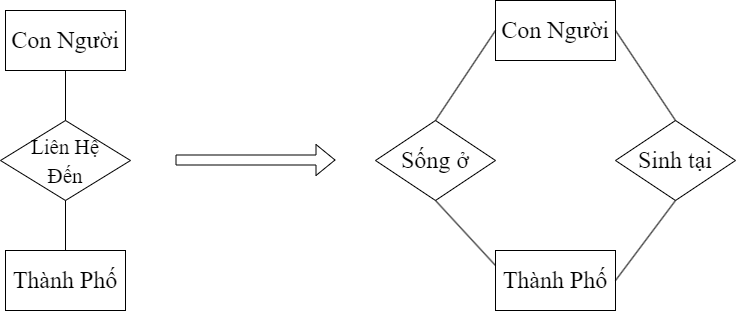
Above: Luật thứ tư(trên xuống).png in datnham0212/learning (draw.io), before the change. Source tidied: cells renumbered, new cells last; positions are measured from the earlier drawing's top-left corner, leaving out a move shared by most shapes.
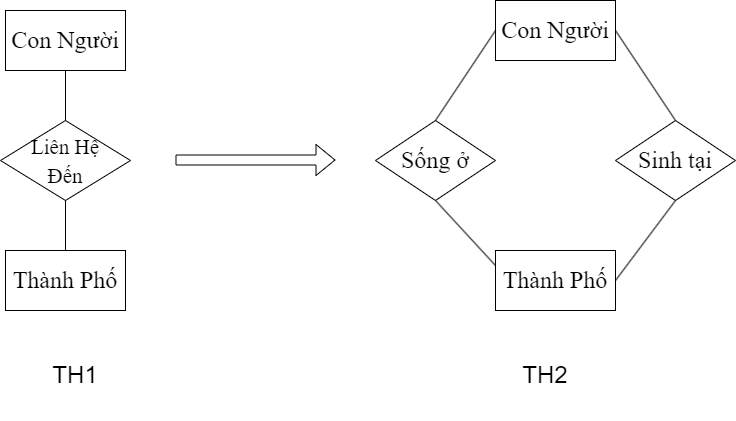
The same file after the commit.

The edit, as a diff of the source:
```diff
@@ -54,5 +54,11 @@
         <mxPoint x="675" y="200" as="targetPoint" />
       </mxGeometry>
     </mxCell>
+    <mxCell id="17" value="&lt;font style=&quot;font-size: 24px;&quot;&gt;TH1&lt;/font&gt;" style="text;html=1;strokeColor=none;fillColor=none;align=center;verticalAlign=middle;whiteSpace=wrap;rounded=0;" parent="1" vertex="1">
+      <mxGeometry y="330" width="150" height="90" as="geometry" />
+    </mxCell>
+    <mxCell id="18" value="&lt;font style=&quot;font-size: 24px;&quot;&gt;TH2&lt;/font&gt;" style="text;html=1;strokeColor=none;fillColor=none;align=center;verticalAlign=middle;whiteSpace=wrap;rounded=0;" parent="1" vertex="1">
+      <mxGeometry x="470" y="330" width="150" height="90" as="geometry" />
+    </mxCell>
   </root>
 </mxGraphModel>
```
